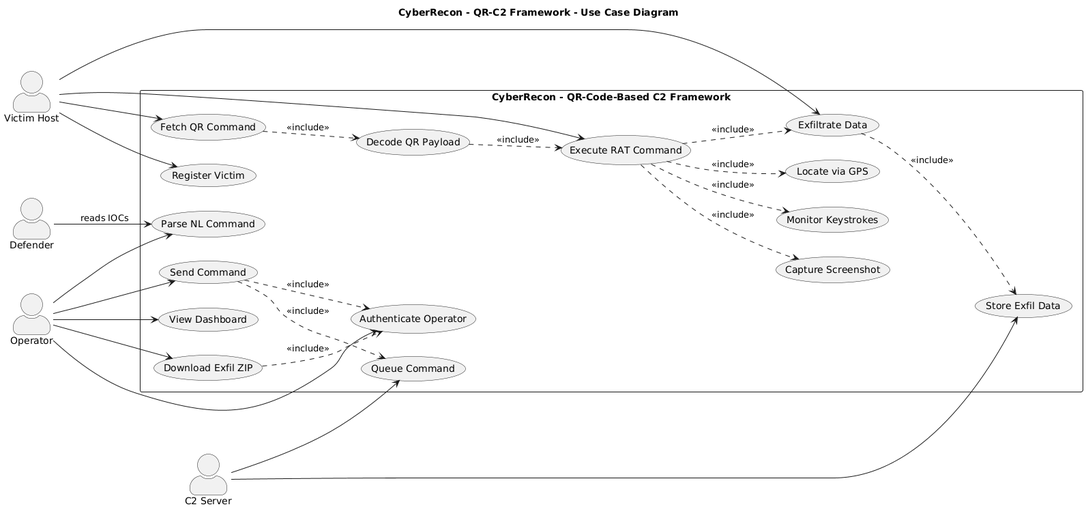
Before: docs/diagrams/use-case.png, a diagram exported from PlantUML (Jeevan1725/cyberrecon).
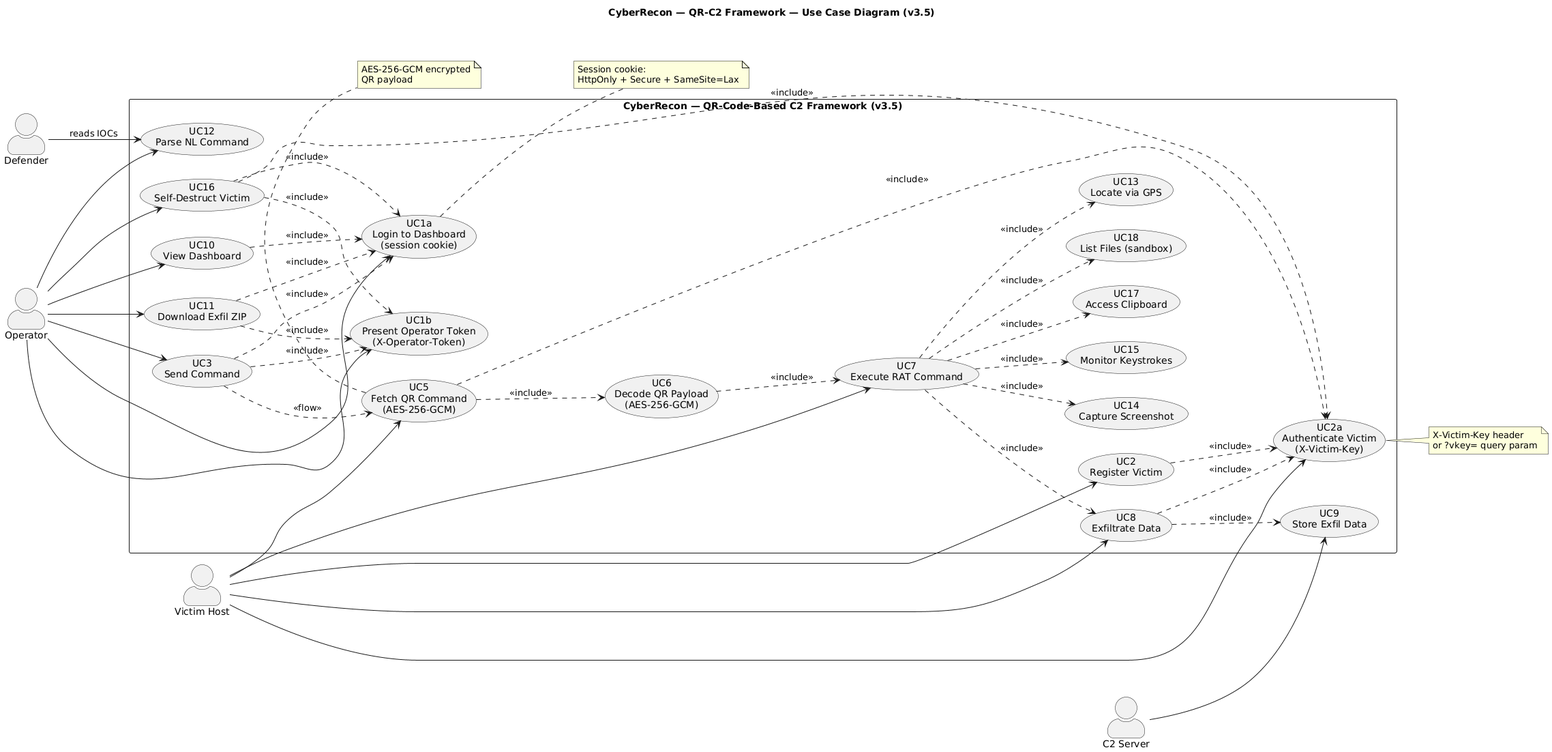
The same diagram one commit later.

Diff of the diagram source:
```diff
@@ -2,55 +2,94 @@
 left to right direction
 skinparam packageStyle rectangle
 skinparam actorStyle awesome
-title CyberRecon - QR-C2 Framework - Use Case Diagram
+title CyberRecon — QR-C2 Framework — Use Case Diagram (v3.5)
 
 actor "Operator" as OP
 actor "Victim Host" as VH
 actor "Defender" as DF
 actor "C2 Server" as C2
 
-rectangle "CyberRecon - QR-Code-Based C2 Framework" {
-    usecase "Authenticate Operator" as UC1
-    usecase "Register Victim" as UC2
-    usecase "Send Command" as UC3
-    usecase "Queue Command" as UC4
-    usecase "Fetch QR Command" as UC5
-    usecase "Decode QR Payload" as UC6
-    usecase "Execute RAT Command" as UC7
-    usecase "Exfiltrate Data" as UC8
-    usecase "Store Exfil Data" as UC9
-    usecase "View Dashboard" as UC10
-    usecase "Download Exfil ZIP" as UC11
-    usecase "Parse NL Command" as UC12
-    usecase "Locate via GPS" as UC13
-    usecase "Capture Screenshot" as UC14
-    usecase "Monitor Keystrokes" as UC15
+rectangle "CyberRecon — QR-Code-Based C2 Framework (v3.5)" {
+
+    usecase "UC1a\nLogin to Dashboard\n(session cookie)" as UC1a
+    usecase "UC1b\nPresent Operator Token\n(X-Operator-Token)" as UC1b
+    usecase "UC2a\nAuthenticate Victim\n(X-Victim-Key)" as UC2a
+
+    usecase "UC3\nSend Command" as UC3
+    usecase "UC10\nView Dashboard" as UC10
+    usecase "UC11\nDownload Exfil ZIP" as UC11
+    usecase "UC12\nParse NL Command" as UC12
+    usecase "UC16\nSelf-Destruct Victim" as UC16
+
+    usecase "UC2\nRegister Victim" as UC2
+    usecase "UC5\nFetch QR Command\n(AES-256-GCM)" as UC5
+    usecase "UC6\nDecode QR Payload\n(AES-256-GCM)" as UC6
+    usecase "UC7\nExecute RAT Command" as UC7
+    usecase "UC8\nExfiltrate Data" as UC8
+    usecase "UC9\nStore Exfil Data" as UC9
+
+    usecase "UC13\nLocate via GPS" as UC13
+    usecase "UC14\nCapture Screenshot" as UC14
+    usecase "UC15\nMonitor Keystrokes" as UC15
+    usecase "UC17\nAccess Clipboard" as UC17
+    usecase "UC18\nList Files (sandbox)" as UC18
 }
 
-OP --> UC1
+OP --> UC1a
+OP --> UC1b
 OP --> UC3
 OP --> UC10
 OP --> UC11
 OP --> UC12
+OP --> UC16
 
+VH --> UC2a
 VH --> UC2
 VH --> UC5
 VH --> UC7
 VH --> UC8
 
-C2 --> UC4
+DF --> UC12 : reads IOCs
 C2 --> UC9
 
-DF --> UC12 : reads IOCs
+UC10 ..> UC1a : <<include>>
+UC11 ..> UC1a : <<include>>
+UC11 ..> UC1b : <<include>>
+UC3  ..> UC1a : <<include>>
+UC3  ..> UC1b : <<include>>
+UC16 ..> UC1a : <<include>>
+UC16 ..> UC1b : <<include>>
 
-UC3 ..> UC1 : <<include>>
-UC3 ..> UC4 : <<include>>
+UC2  ..> UC2a : <<include>>
+UC5  ..> UC2a : <<include>>
+UC8  ..> UC2a : <<include>>
+UC16 ..> UC2a : <<include>>
+
+UC3 ..> UC5 : <<flow>>
 UC5 ..> UC6 : <<include>>
 UC6 ..> UC7 : <<include>>
 UC7 ..> UC8 : <<include>>
+
 UC7 ..> UC13 : <<include>>
 UC7 ..> UC14 : <<include>>
 UC7 ..> UC15 : <<include>>
+UC7 ..> UC17 : <<include>>
+UC7 ..> UC18 : <<include>>
+
 UC8 ..> UC9 : <<include>>
-UC11 ..> UC1 : <<include>>
+
+note right of UC1a
+  Session cookie:
+  HttpOnly + Secure + SameSite=Lax
+end note
+
+note right of UC2a
+  X-Victim-Key header
+  or ?vkey= query param
+end note
+
+note bottom of UC5
+  AES-256-GCM encrypted
+  QR payload
+end note
 @enduml
```
